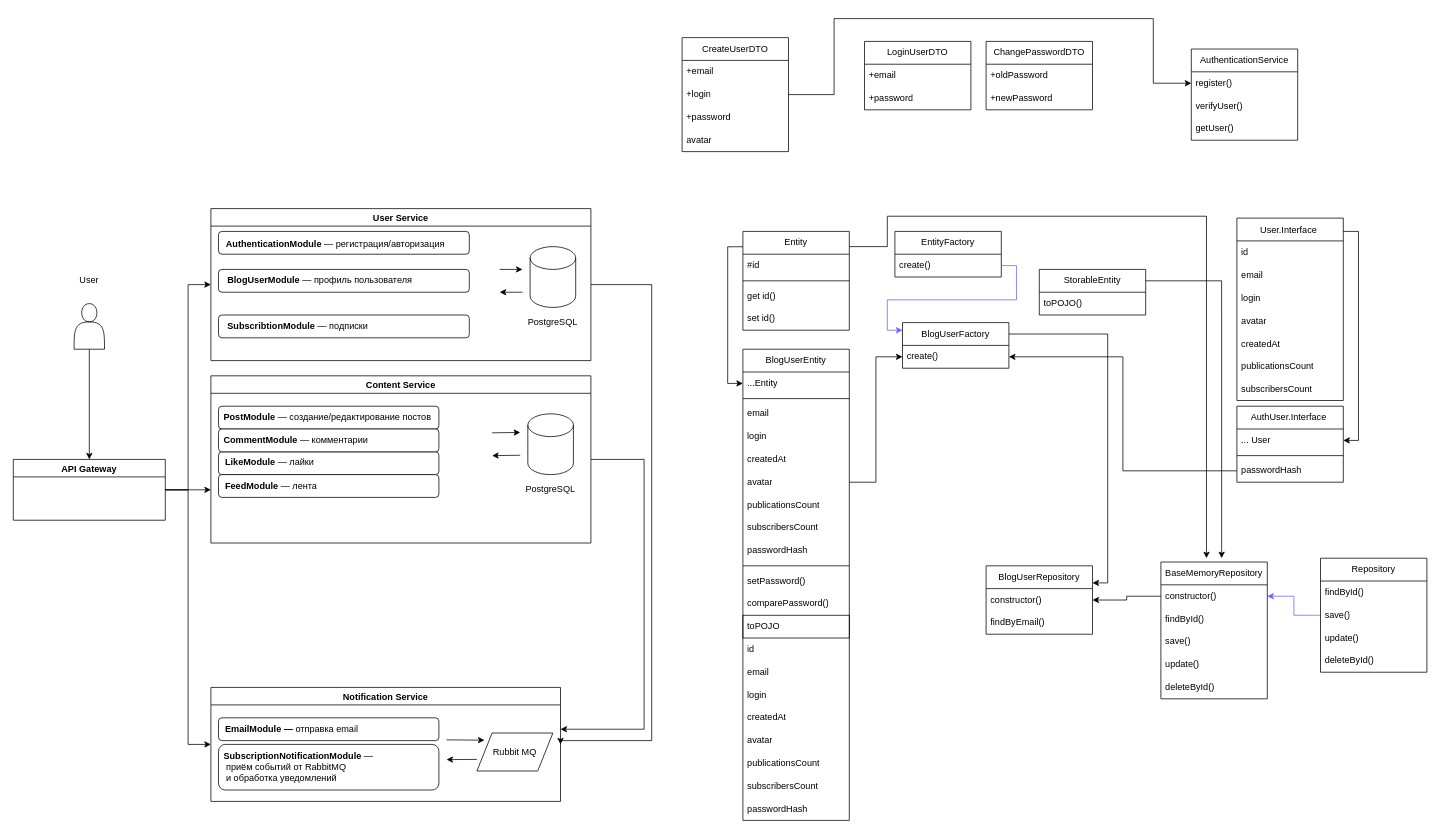
niknov80/1017857-readme-9 keeps this draw.io diagram as specification.drawio. Above is the earlier version. Source tidied: cells renumbered, new cells numbered last; positions are measured from the earlier drawing's top-left corner, leaving out a move shared by most shapes. Both pictures are drawn from the tidied source at 76%, with x=0, y=0 at pixel (13, 18).
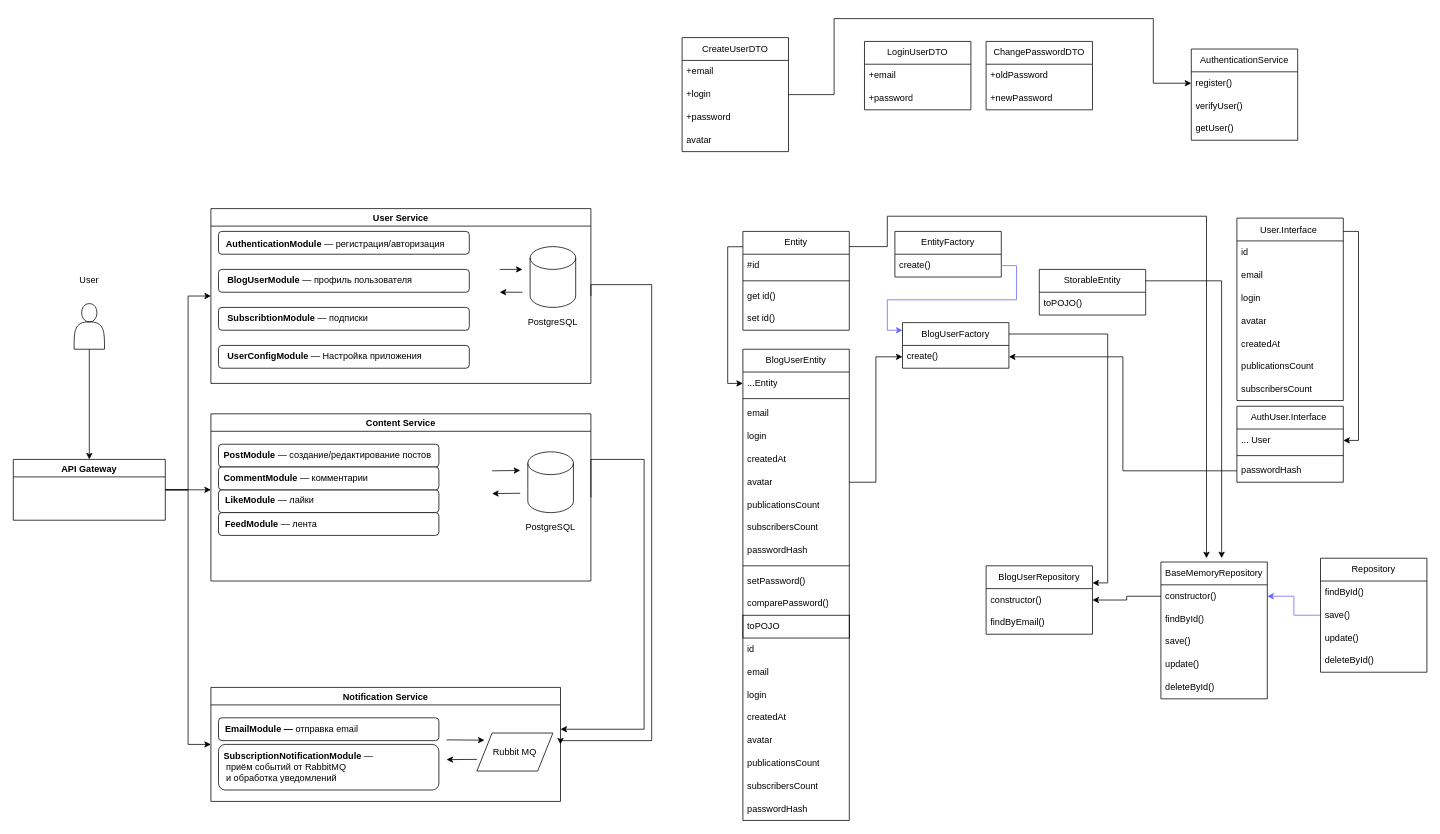
The same diagram, later.

Diff of the diagram source:
```diff
@@
     <mxCell id="3" value="User Service" style="swimlane;" parent="1" vertex="1">
-      <mxGeometry x="260" y="250" width="500" height="200" as="geometry" />
+      <mxGeometry x="260" y="250" width="500" height="230" as="geometry" />
     </mxCell>
@@
     <mxCell id="11" style="group;" parent="3" vertex="1">
-      <mxGeometry x="10" y="140" width="330" height="30" as="geometry" />
+      <mxGeometry x="10" y="130" width="330" height="30" as="geometry" />
     </mxCell>
@@
+    <mxCell id="139" style="group;" parent="3" vertex="1">
+      <mxGeometry x="10" y="180" width="330" height="30" as="geometry" />
+    </mxCell>
+    <mxCell id="140" style="group;" parent="139" vertex="1">
+      <mxGeometry width="330" height="30" as="geometry" />
+    </mxCell>
+    <mxCell id="141" style="rounded=1;whiteSpace=wrap;html=1;" parent="140" vertex="1">
+      <mxGeometry width="330" height="30" as="geometry" />
+    </mxCell>
+    <mxCell id="142" value="&lt;strong&gt;UserConfigModule&lt;/strong&gt; — Настройка приложения" style="text;html=1;align=left;verticalAlign=middle;strokeColor=none;fillColor=none;spacing=0;" parent="140" vertex="1">
+      <mxGeometry x="12.2" y="5" width="280" height="20" as="geometry" />
+    </mxCell>
     <mxCell id="18" value="Content Service" style="swimlane;" parent="1" vertex="1">
-      <mxGeometry x="260" y="470" width="500" height="220" as="geometry" />
+      <mxGeometry x="260" y="520" width="500" height="220" as="geometry" />
     </mxCell>
```
